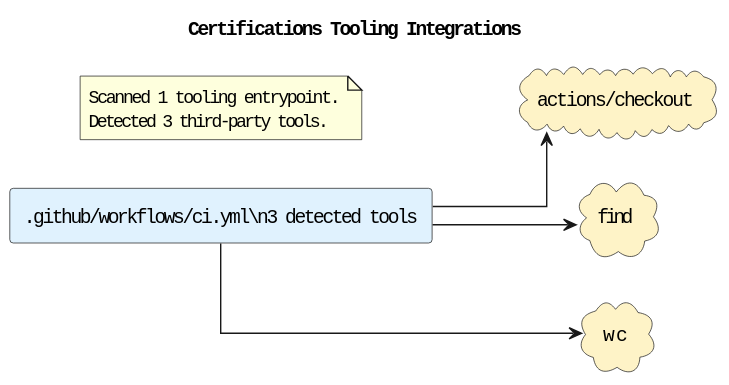
This is docs/diagrams/tooling-integrations.puml.svg from casonk/Certifications, a PlantUML export, as it was before one commit. The source it was exported from:
```plantuml
@startuml
title Certifications Tooling Integrations
left to right direction
skinparam shadowing false
skinparam defaultFontName Monospace
skinparam componentStyle rectangle
skinparam linetype ortho
rectangle ".github/workflows/ci.yml\\n3 detected tools" as source_github_workflows_ci_yml #E0F2FE
cloud "actions/checkout" as tool_actions_checkout #FEF3C7
cloud "find" as tool_find #FEF3C7
cloud "wc" as tool_wc #FEF3C7
source_github_workflows_ci_yml --> tool_actions_checkout
source_github_workflows_ci_yml --> tool_find
source_github_workflows_ci_yml --> tool_wc
note as toolingGraphSummary
Scanned 1 tooling entrypoint.
Detected 3 third-party tools.
end note
@enduml
```
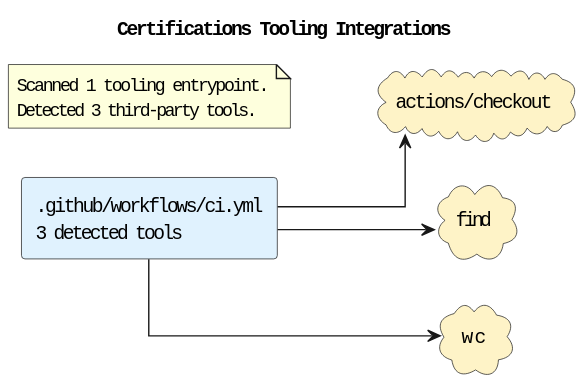
After the change.

Change to the diagram source:
```diff
@@ -5,7 +5,7 @@
 skinparam defaultFontName Monospace
 skinparam componentStyle rectangle
 skinparam linetype ortho
-rectangle ".github/workflows/ci.yml\\n3 detected tools" as source_github_workflows_ci_yml #E0F2FE
+rectangle ".github/workflows/ci.yml\n3 detected tools" as source_github_workflows_ci_yml #E0F2FE
 cloud "actions/checkout" as tool_actions_checkout #FEF3C7
 cloud "find" as tool_find #FEF3C7
 cloud "wc" as tool_wc #FEF3C7
```
